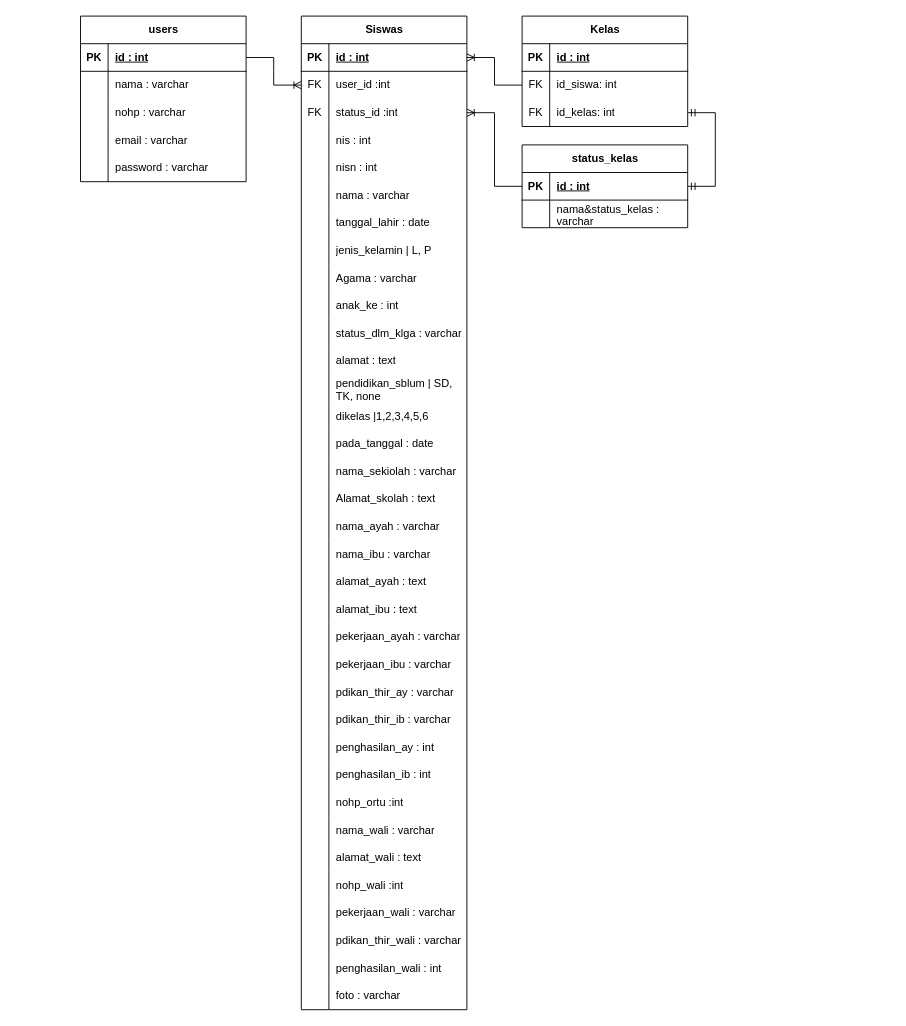
Earlier version of the draw.io diagram database.drawio (XxGembelxX/Rancangan_KP). Source tidied: cells renumbered, new cells numbered last; positions are measured from the earlier drawing's top-left corner, leaving out a move shared by most shapes. Both pictures are drawn from the tidied source at 92%, with x=0, y=0 at pixel (80, 16).
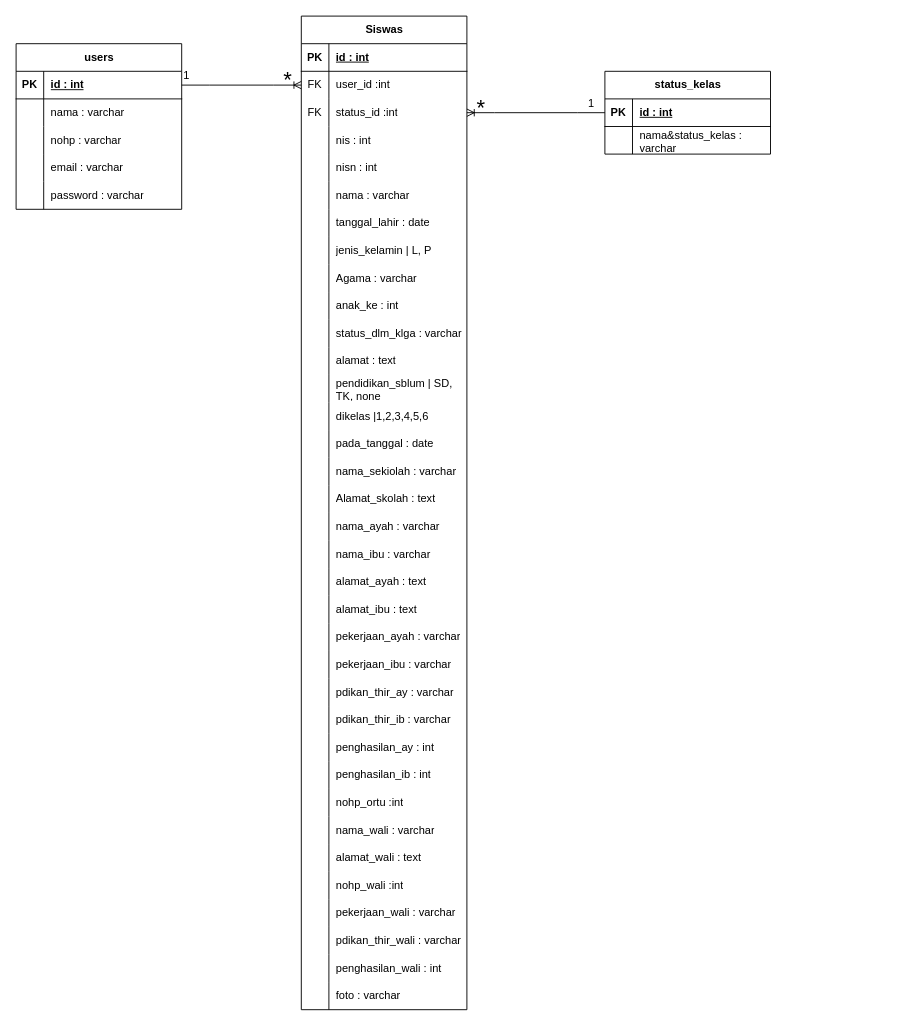
The same page after the edit.

Unchanged cells that the change refers to:
```xml
<mxCell id="19" style="shape=tableRow;horizontal=0;startSize=0;swimlaneHead=0;swimlaneBody=0;fillColor=none;points=[[0,0.5],[1,0.5]];portConstraint=eastwest;top=0;left=0;right=0;bottom=1;rounded=0;labelBackgroundColor=none;" parent="18" vertex="1">
  <mxGeometry y="30" width="180" height="30" as="geometry" />
</mxCell>
<mxCell id="127" style="shape=tableRow;horizontal=0;startSize=0;swimlaneHead=0;swimlaneBody=0;fillColor=none;points=[[0,0.5],[1,0.5]];portConstraint=eastwest;top=0;left=0;right=0;bottom=1;rounded=0;labelBackgroundColor=none;" parent="126" vertex="1">
  <mxGeometry y="30" width="180" height="30" as="geometry" />
</mxCell>
```

The edit, as a diff of the source:
```diff
@@
     <mxCell id="2" value="users" style="shape=table;startSize=30;childLayout=tableLayout;rowLines=0;fontStyle=1;align=center;html=1;rounded=0;labelBackgroundColor=none;" parent="1" vertex="1">
-      <mxGeometry width="180" height="180" as="geometry" />
+      <mxGeometry x="-70" y="30" width="180" height="180" as="geometry" />
     </mxCell>
@@
     <mxCell id="126" value="status_kelas" style="shape=table;startSize=30;childLayout=tableLayout;rowLines=0;fontStyle=1;align=center;html=1;rounded=0;labelBackgroundColor=none;" parent="1" vertex="1">
-      <mxGeometry x="480" y="140" width="180" height="90" as="geometry" />
+      <mxGeometry x="570" y="60" width="180" height="90" as="geometry" />
     </mxCell>
@@
-    <mxCell id="133" value="Kelas" style="shape=table;startSize=30;childLayout=tableLayout;rowLines=0;fontStyle=1;align=center;html=1;rounded=0;labelBackgroundColor=none;" parent="1" vertex="1">
-      <mxGeometry x="480" width="180" height="120" as="geometry" />
-    </mxCell>
-    <mxCell id="134" style="shape=tableRow;horizontal=0;startSize=0;swimlaneHead=0;swimlaneBody=0;fillColor=none;top=0;left=0;right=0;bottom=1;rounded=0;labelBackgroundColor=none;" parent="133" vertex="1">
-      <mxGeometry y="30" width="180" height="30" as="geometry" />
-    </mxCell>
-    <mxCell id="135" value="PK" style="shape=partialRectangle;fillColor=none;top=0;left=0;bottom=0;right=0;fontStyle=1;overflow=hidden;whiteSpace=wrap;html=1;rounded=0;labelBackgroundColor=none;" parent="134" vertex="1">
-      <mxGeometry width="30" height="30" as="geometry" />
-    </mxCell>
-    <mxCell id="136" value="id : int" style="shape=partialRectangle;fillColor=none;top=0;left=0;bottom=0;right=0;align=left;spacingLeft=6;fontStyle=5;overflow=hidden;whiteSpace=wrap;html=1;rounded=0;labelBackgroundColor=none;" parent="134" vertex="1">
-      <mxGeometry x="30" width="150" height="30" as="geometry" />
-    </mxCell>
-    <mxCell id="137" style="shape=tableRow;horizontal=0;startSize=0;swimlaneHead=0;swimlaneBody=0;fillColor=none;points=[[0,0.5],[1,0.5]];portConstraint=eastwest;top=0;left=0;right=0;bottom=0;rounded=0;labelBackgroundColor=none;" parent="133" vertex="1">
-      <mxGeometry y="60" width="180" height="30" as="geometry" />
-    </mxCell>
-    <mxCell id="138" value="FK" style="shape=partialRectangle;fillColor=none;top=0;left=0;bottom=0;right=0;overflow=hidden;whiteSpace=wrap;html=1;rounded=0;labelBackgroundColor=none;" parent="137" vertex="1">
-      <mxGeometry width="30" height="30" as="geometry" />
-    </mxCell>
-    <mxCell id="139" value="id_siswa: int" style="shape=partialRectangle;fillColor=none;top=0;left=0;bottom=0;right=0;align=left;spacingLeft=6;overflow=hidden;whiteSpace=wrap;html=1;rounded=0;labelBackgroundColor=none;" parent="137" vertex="1">
-      <mxGeometry x="30" width="150" height="30" as="geometry" />
-    </mxCell>
-    <mxCell id="140" style="shape=tableRow;horizontal=0;startSize=0;swimlaneHead=0;swimlaneBody=0;fillColor=none;points=[[0,0.5],[1,0.5]];portConstraint=eastwest;top=0;left=0;right=0;bottom=0;rounded=0;labelBackgroundColor=none;" parent="133" vertex="1">
-      <mxGeometry y="90" width="180" height="30" as="geometry" />
-    </mxCell>
-    <mxCell id="141" value="FK" style="shape=partialRectangle;fillColor=none;top=0;left=0;bottom=0;right=0;overflow=hidden;whiteSpace=wrap;html=1;rounded=0;labelBackgroundColor=none;" parent="140" vertex="1">
-      <mxGeometry width="30" height="30" as="geometry" />
-    </mxCell>
-    <mxCell id="142" value="id_kelas: int" style="shape=partialRectangle;fillColor=none;top=0;left=0;bottom=0;right=0;align=left;spacingLeft=6;overflow=hidden;whiteSpace=wrap;html=1;rounded=0;labelBackgroundColor=none;" parent="140" vertex="1">
-      <mxGeometry x="30" width="150" height="30" as="geometry" />
-    </mxCell>
@@
-    <mxCell id="144" style="edgeStyle=entityRelationEdgeStyle;fontSize=12;html=1;endArrow=ERmandOne;startArrow=ERmandOne;rounded=0;exitX=1;exitY=0.5;exitDx=0;exitDy=0;" parent="1" edge="1" source="127" target="140">
-      <mxGeometry relative="1" as="geometry" />
-    </mxCell>
-    <mxCell id="145" style="edgeStyle=entityRelationEdgeStyle;fontSize=12;html=1;endArrow=ERoneToMany;rounded=0;labelBackgroundColor=none;fontColor=default;exitX=0;exitY=0.5;exitDx=0;exitDy=0;" parent="1" edge="1" source="137" target="19">
-      <mxGeometry relative="1" as="geometry">
-        <Array as="points">
-          <mxPoint x="440" y="170" />
-          <mxPoint x="340" y="130" />
-        </Array>
-      </mxGeometry>
-    </mxCell>
+    <mxCell id="146" value="&lt;font style=&quot;font-size: 24px;&quot;&gt;*&lt;/font&gt;" style="text;html=1;align=center;verticalAlign=middle;strokeColor=none;fillColor=none;" parent="1" vertex="1">
+      <mxGeometry x="420" y="80" width="30" height="40" as="geometry" />
+    </mxCell>
+    <mxCell id="147" value="1" style="text;html=1;align=center;verticalAlign=middle;strokeColor=none;fillColor=none;" parent="1" vertex="1">
+      <mxGeometry x="540" y="80" width="30" height="30" as="geometry" />
+    </mxCell>
+    <mxCell id="148" value="&lt;font style=&quot;font-size: 24px;&quot;&gt;*&lt;/font&gt;" style="text;html=1;align=center;verticalAlign=middle;strokeColor=none;fillColor=none;" parent="1" vertex="1">
+      <mxGeometry x="210" y="50" width="30" height="40" as="geometry" />
+    </mxCell>
+    <mxCell id="149" value="1" style="text;html=1;align=center;verticalAlign=middle;strokeColor=none;fillColor=none;" parent="1" vertex="1">
+      <mxGeometry x="100" y="50" width="30" height="30" as="geometry" />
+    </mxCell>
```
